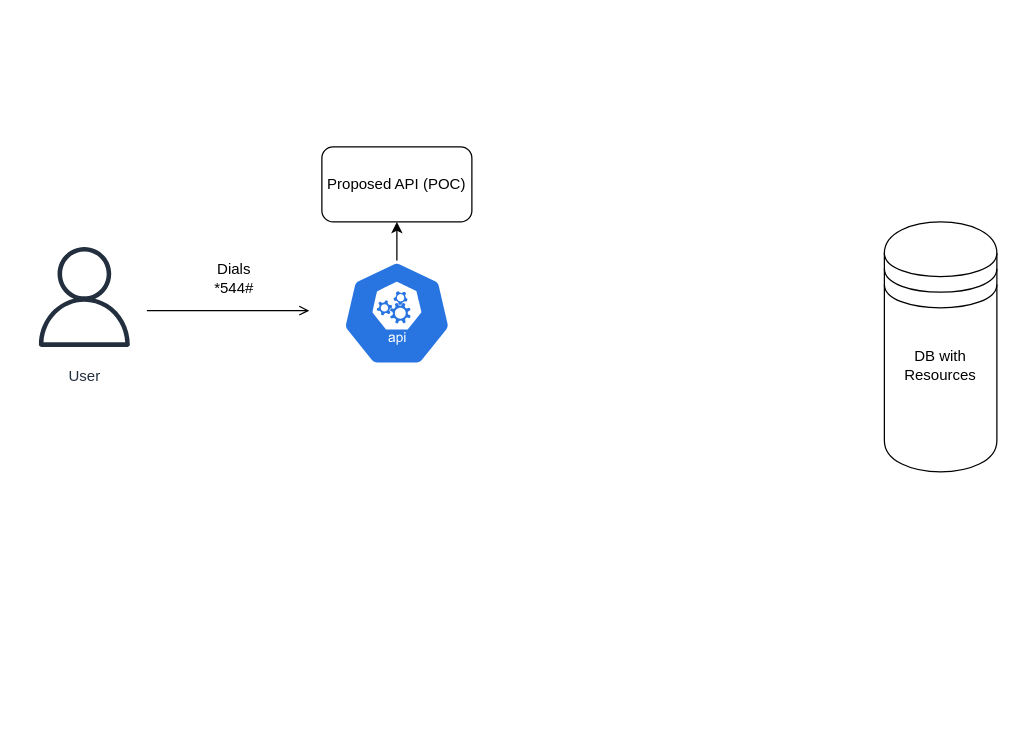
This is USSD Capstone.drawio from Barchok-Kiposmet/USSD-Capstone, a draw.io file, before an edit. Source tidied: cells renumbered, new cells numbered last; positions are measured from the earlier drawing's top-left corner, leaving out a move shared by most shapes. Both pictures are drawn from the tidied source at 125%, with x=0, y=0 at pixel (21, 146).
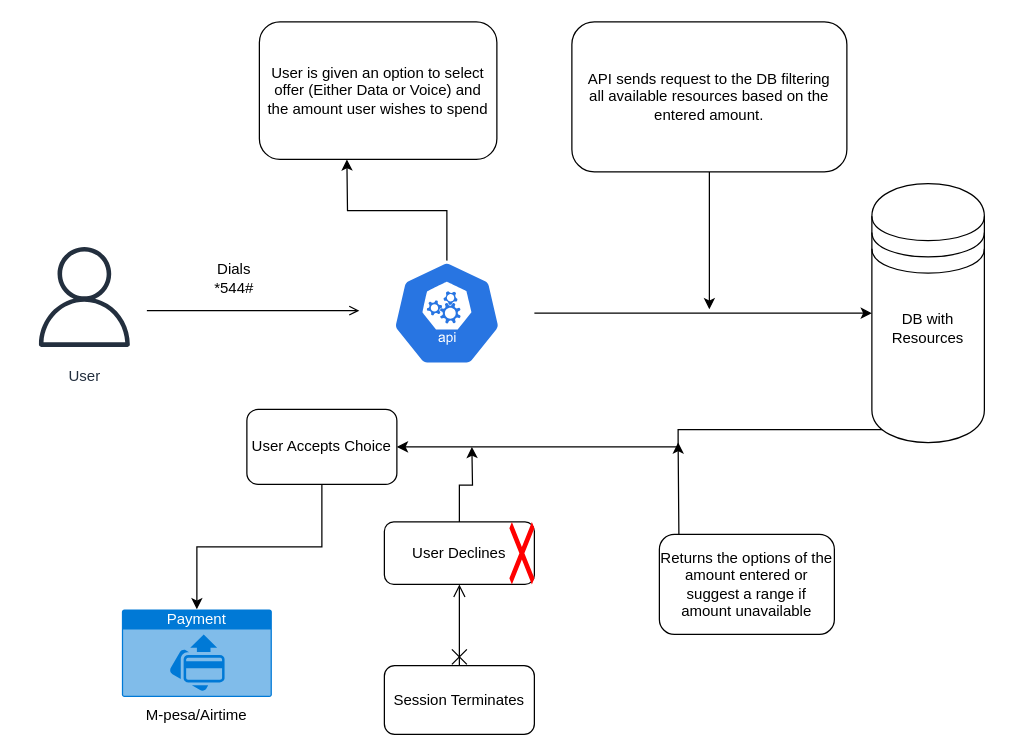
The same diagram, later.

Change to the diagram source:
```diff
@@
+    <mxCell id="10" style="edgeStyle=orthogonalEdgeStyle;rounded=0;jettySize=auto;html=1;exitX=0.15;exitY=0.95;exitDx=0;exitDy=0;exitPerimeter=0;entryX=1;entryY=0.5;entryDx=0;entryDy=0;" parent="1" edge="1" source="2" target="18">
+      <mxGeometry relative="1" as="geometry">
+        <Array as="points">
+          <mxPoint x="525" y="226" />
+          <mxPoint x="525" y="240" />
+        </Array>
+      </mxGeometry>
+    </mxCell>
     <mxCell id="2" style="shape=datastore;whiteSpace=wrap;html=1;" parent="1" vertex="1">
-      <mxGeometry x="690" y="60" width="90" height="200" as="geometry" />
+      <mxGeometry x="680" y="29.5" width="90" height="207" as="geometry" />
     </mxCell>
@@
     <mxCell id="6" value="DB with Resources" style="text;html=1;strokeColor=none;fillColor=none;align=center;verticalAlign=middle;whiteSpace=wrap;rounded=0;" parent="1" vertex="1">
-      <mxGeometry x="705" y="160" width="60" height="30" as="geometry" />
+      <mxGeometry x="695" y="130" width="60" height="30" as="geometry" />
     </mxCell>
-    <mxCell id="7" style="edgeStyle=orthogonalEdgeStyle;rounded=0;jettySize=auto;html=1;exitX=0.5;exitY=0;exitDx=0;exitDy=0;exitPerimeter=0;" parent="1" edge="1" source="8" target="9">
-      <mxGeometry relative="1" as="geometry" />
+    <mxCell id="7" style="edgeStyle=orthogonalEdgeStyle;rounded=0;jettySize=auto;html=1;exitX=0.5;exitY=0;exitDx=0;exitDy=0;exitPerimeter=0;" parent="1" edge="1" source="8">
+      <mxGeometry relative="1" as="geometry">
+        <mxPoint x="260" y="10" as="targetPoint" />
+      </mxGeometry>
     </mxCell>
+    <mxCell id="11" style="edgeStyle=orthogonalEdgeStyle;rounded=0;jettySize=auto;html=1;" parent="1" edge="1" source="8">
+      <mxGeometry relative="1" as="geometry">
+        <mxPoint x="680" y="133" as="targetPoint" />
+      </mxGeometry>
+    </mxCell>
     <mxCell id="8" style="sketch=0;html=1;dashed=0;whitespace=wrap;fillColor=#2875E2;strokeColor=#ffffff;points=[[0.005,0.63,0],[0.1,0.2,0],[0.9,0.2,0],[0.5,0,0],[0.995,0.63,0],[0.72,0.99,0],[0.5,1,0],[0.28,0.99,0]];verticalLabelPosition=bottom;align=center;verticalAlign=top;shape=mxgraph.kubernetes.icon;prIcon=api;" parent="1" vertex="1">
-      <mxGeometry x="230" y="91" width="140" height="84" as="geometry" />
+      <mxGeometry x="270" y="91" width="140" height="84" as="geometry" />
     </mxCell>
-    <mxCell id="9" value="Proposed API (POC)" style="rounded=1;whiteSpace=wrap;html=1;" parent="1" vertex="1">
-      <mxGeometry x="240" width="120" height="60" as="geometry" />
-    </mxCell>
+    <mxCell id="12" value="User is given an option to select&lt;br&gt;offer (Either Data or Voice) and&lt;br&gt;the amount user wishes to spend" style="rounded=1;whiteSpace=wrap;html=1;" parent="1" vertex="1">
+      <mxGeometry x="190" y="-100" width="190" height="110" as="geometry" />
+    </mxCell>
+    <mxCell id="13" style="edgeStyle=orthogonalEdgeStyle;rounded=0;jettySize=auto;html=1;" parent="1" edge="1" source="14">
+      <mxGeometry relative="1" as="geometry">
+        <mxPoint x="550" y="130" as="targetPoint" />
+      </mxGeometry>
+    </mxCell>
+    <mxCell id="14" value="API sends request to the DB filtering&lt;br&gt;all available resources based on the entered amount." style="rounded=1;whiteSpace=wrap;html=1;" parent="1" vertex="1">
+      <mxGeometry x="440" y="-100" width="220" height="120" as="geometry" />
+    </mxCell>
+    <mxCell id="15" style="edgeStyle=orthogonalEdgeStyle;rounded=0;orthogonalLoop=1;jettySize=auto;html=1;" parent="1" edge="1">
+      <mxGeometry relative="1" as="geometry">
+        <mxPoint x="575" y="356.5" as="sourcePoint" />
+        <mxPoint x="525" y="236.5" as="targetPoint" />
+        <Array as="points">
+          <mxPoint x="526" y="356.5" />
+          <mxPoint x="526" y="236.5" />
+        </Array>
+      </mxGeometry>
+    </mxCell>
+    <mxCell id="16" value="Returns the options of the amount entered or suggest a range if amount unavailable" style="rounded=1;whiteSpace=wrap;html=1;" parent="1" vertex="1">
+      <mxGeometry x="510" y="310" width="140" height="80" as="geometry" />
+    </mxCell>
+    <mxCell id="17" style="edgeStyle=orthogonalEdgeStyle;rounded=0;jettySize=auto;html=1;entryX=0.5;entryY=0;entryDx=0;entryDy=0;entryPerimeter=0;" parent="1" edge="1" source="18" target="19">
+      <mxGeometry relative="1" as="geometry" />
+    </mxCell>
+    <mxCell id="18" value="User Accepts Choice" style="rounded=1;whiteSpace=wrap;html=1;" parent="1" vertex="1">
+      <mxGeometry x="180" y="210" width="120" height="60" as="geometry" />
+    </mxCell>
+    <mxCell id="19" value="Payment" style="html=1;whiteSpace=wrap;strokeColor=none;fillColor=#0079D6;labelPosition=center;verticalLabelPosition=middle;verticalAlign=top;align=center;fontSize=12;outlineConnect=0;spacingTop=-6;fontColor=#FFFFFF;sketch=0;shape=mxgraph.sitemap.payment;" parent="1" vertex="1">
+      <mxGeometry x="80" y="370" width="120" height="70" as="geometry" />
+    </mxCell>
+    <mxCell id="20" value="M-pesa/Airtime" style="text;html=1;strokeColor=none;fillColor=none;align=center;verticalAlign=middle;whiteSpace=wrap;rounded=0;" parent="1" vertex="1">
+      <mxGeometry x="90" y="440" width="100" height="30" as="geometry" />
+    </mxCell>
+    <mxCell id="21" style="edgeStyle=orthogonalEdgeStyle;rounded=0;jettySize=auto;html=1;" parent="1" edge="1" source="22">
+      <mxGeometry relative="1" as="geometry">
+        <mxPoint x="360" y="240" as="targetPoint" />
+      </mxGeometry>
+    </mxCell>
+    <mxCell id="22" value="User Declines" style="rounded=1;whiteSpace=wrap;html=1;" parent="1" vertex="1">
+      <mxGeometry x="290" y="300" width="120" height="50" as="geometry" />
+    </mxCell>
+    <mxCell id="23" style="endArrow=open;startArrow=cross;endFill=0;startFill=0;endSize=8;startSize=10;html=1;rounded=0;entryX=0.5;entryY=1;entryDx=0;entryDy=0;" parent="1" edge="1" target="22">
+      <mxGeometry relative="1" as="geometry">
+        <mxPoint x="350" y="420" as="sourcePoint" />
+        <Array as="points">
+          <mxPoint x="350" y="390" />
+        </Array>
+      </mxGeometry>
+    </mxCell>
+    <mxCell id="24" value="Session Terminates" style="rounded=1;whiteSpace=wrap;html=1;" parent="1" vertex="1">
+      <mxGeometry x="290" y="415" width="120" height="55" as="geometry" />
+    </mxCell>
+    <mxCell id="25" style="shape=mxgraph.mockup.markup.redX;fillColor=#ff0000;html=1;shadow=0;whiteSpace=wrap;strokeColor=none;" parent="1" vertex="1">
+      <mxGeometry x="390" y="300" width="20" height="50" as="geometry" />
+    </mxCell>
```
